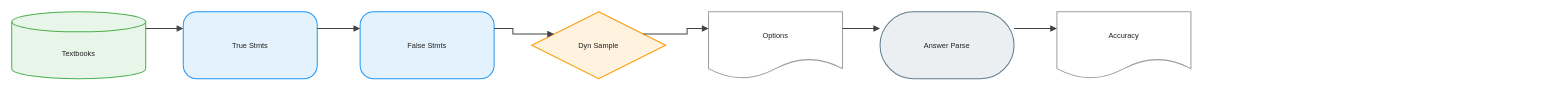
This is client/public/drawio/Encyclo-K/Encyclo-K.en.drawio from joe1chief/benchmark-hub, a draw.io file, before an edit. Source tidied: cells renumbered, new cells numbered last; positions are measured from the earlier drawing's top-left corner, leaving out a move shared by most shapes. Both pictures are drawn from the tidied source at 67%, with x=0, y=0 at pixel (11, 11).
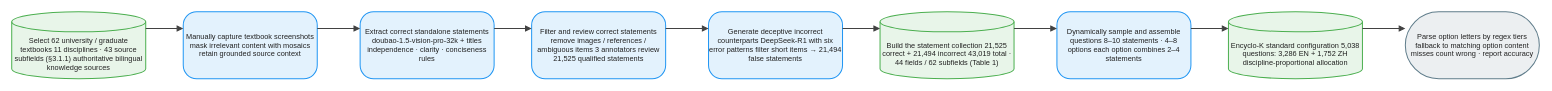
After the change.

Diff of the diagram source:
```diff
@@
 <mxGraphModel background="#FFFFFF">
   <root>
     <mxCell id="0" />
     <mxCell id="1" parent="0" />
-    <mxCell id="2" value="Textbooks" style="shape=cylinder3;boundedLbl=1;backgroundOutline=1;size=15;html=1;whiteSpace=wrap;fillColor=#E8F5E9;strokeColor=#4CAF50;strokeWidth=1.5;fontColor=#212121;fontSize=11;fontFamily=Arial, Helvetica, sans-serif;verticalAlign=middle;align=center;" parent="1" vertex="1">
+    <mxCell id="2" value="Select 62 university / graduate textbooks 11 disciplines · 43 source subfields (§3.1.1) authoritative bilingual knowledge sources" style="shape=cylinder3;boundedLbl=1;backgroundOutline=1;size=15;html=1;whiteSpace=wrap;fillColor=#E8F5E9;strokeColor=#4CAF50;strokeWidth=1.5;fontColor=#212121;fontSize=11;fontFamily=Arial, Helvetica, sans-serif;verticalAlign=middle;align=center;" parent="1" vertex="1">
       <mxGeometry width="200" height="100" as="geometry" />
     </mxCell>
-    <mxCell id="3" value="True Stmts" style="rounded=1;arcSize=20;html=1;whiteSpace=wrap;fillColor=#E3F2FD;strokeColor=#2196F3;strokeWidth=1.5;fontColor=#212121;fontSize=11;fontFamily=Arial, Helvetica, sans-serif;verticalAlign=middle;align=center;" parent="1" vertex="1">
+    <mxCell id="3" value="Manually capture textbook screenshots mask irrelevant content with mosaics retain grounded source context" style="rounded=1;arcSize=20;html=1;whiteSpace=wrap;fillColor=#E3F2FD;strokeColor=#2196F3;strokeWidth=1.5;fontColor=#212121;fontSize=11;fontFamily=Arial, Helvetica, sans-serif;verticalAlign=middle;align=center;" parent="1" vertex="1">
       <mxGeometry x="256" width="200" height="100" as="geometry" />
     </mxCell>
-    <mxCell id="4" value="False Stmts" style="rounded=1;arcSize=20;html=1;whiteSpace=wrap;fillColor=#E3F2FD;strokeColor=#2196F3;strokeWidth=1.5;fontColor=#212121;fontSize=11;fontFamily=Arial, Helvetica, sans-serif;verticalAlign=middle;align=center;" parent="1" vertex="1">
+    <mxCell id="4" value="Extract correct standalone statements doubao-1.5-vision-pro-32k + titles independence · clarity · conciseness rules" style="rounded=1;arcSize=20;html=1;whiteSpace=wrap;fillColor=#E3F2FD;strokeColor=#2196F3;strokeWidth=1.5;fontColor=#212121;fontSize=11;fontFamily=Arial, Helvetica, sans-serif;verticalAlign=middle;align=center;" parent="1" vertex="1">
       <mxGeometry x="520" width="200" height="100" as="geometry" />
     </mxCell>
-    <mxCell id="5" value="Dyn Sample" style="rhombus;html=1;whiteSpace=wrap;fillColor=#FFF3E0;strokeColor=#FF9800;strokeWidth=1.5;fontColor=#212121;fontSize=11;fontFamily=Arial, Helvetica, sans-serif;verticalAlign=middle;align=center;" parent="1" vertex="1">
+    <mxCell id="5" value="Filter and review correct statements remove images / references / ambiguous items 3 annotators review 21,525 qualified statements" style="rounded=1;arcSize=20;html=1;whiteSpace=wrap;fillColor=#E3F2FD;strokeColor=#2196F3;strokeWidth=1.5;fontColor=#212121;fontSize=11;fontFamily=Arial, Helvetica, sans-serif;verticalAlign=middle;align=center;" parent="1" vertex="1">
       <mxGeometry x="776" width="200" height="100" as="geometry" />
     </mxCell>
-    <mxCell id="6" value="Options" style="shape=document;boundedLbl=1;html=1;whiteSpace=wrap;fillColor=#FFFFFF;strokeColor=#9E9E9E;strokeWidth=1.5;fontColor=#212121;fontSize=11;fontFamily=Arial, Helvetica, sans-serif;verticalAlign=middle;align=center;" parent="1" vertex="1">
+    <mxCell id="6" value="Generate deceptive incorrect counterparts DeepSeek-R1 with six error patterns filter short items → 21,494 false statements" style="rounded=1;arcSize=20;html=1;whiteSpace=wrap;fillColor=#E3F2FD;strokeColor=#2196F3;strokeWidth=1.5;fontColor=#212121;fontSize=11;fontFamily=Arial, Helvetica, sans-serif;verticalAlign=middle;align=center;" parent="1" vertex="1">
       <mxGeometry x="1040" width="200" height="100" as="geometry" />
     </mxCell>
-    <mxCell id="7" value="Answer Parse" style="rounded=1;arcSize=50;html=1;whiteSpace=wrap;fillColor=#ECEFF1;strokeColor=#607D8B;strokeWidth=1.5;fontColor=#212121;fontSize=11;fontFamily=Arial, Helvetica, sans-serif;verticalAlign=middle;align=center;" parent="1" vertex="1">
+    <mxCell id="7" value="Build the statement collection 21,525 correct + 21,494 incorrect 43,019 total · 44 fields / 62 subfields (Table 1)" style="shape=cylinder3;boundedLbl=1;backgroundOutline=1;size=15;html=1;whiteSpace=wrap;fillColor=#E8F5E9;strokeColor=#4CAF50;strokeWidth=1.5;fontColor=#212121;fontSize=11;fontFamily=Arial, Helvetica, sans-serif;verticalAlign=middle;align=center;" parent="1" vertex="1">
       <mxGeometry x="1296" width="200" height="100" as="geometry" />
     </mxCell>
-    <mxCell id="8" value="Accuracy" style="shape=document;boundedLbl=1;html=1;whiteSpace=wrap;fillColor=#FFFFFF;strokeColor=#9E9E9E;strokeWidth=1.5;fontColor=#212121;fontSize=11;fontFamily=Arial, Helvetica, sans-serif;verticalAlign=middle;align=center;" parent="1" vertex="1">
+    <mxCell id="8" value="Dynamically sample and assemble questions 8–10 statements · 4–8 options each option combines 2–4 statements" style="rounded=1;arcSize=20;html=1;whiteSpace=wrap;fillColor=#E3F2FD;strokeColor=#2196F3;strokeWidth=1.5;fontColor=#212121;fontSize=11;fontFamily=Arial, Helvetica, sans-serif;verticalAlign=middle;align=center;" parent="1" vertex="1">
       <mxGeometry x="1560" width="200" height="100" as="geometry" />
     </mxCell>
-    <mxCell id="9" style="edgeStyle=orthogonalEdgeStyle;rounded=0;jettySize=auto;html=1;strokeColor=#424242;strokeWidth=1.5;endArrow=block;endFill=1;exitX=1;exitY=0.25;exitDx=0;exitDy=0;entryX=0;entryY=0.25;entryDx=0;entryDy=0;jumpStyle=arc;jumpSize=8;" parent="1" edge="1" source="2" target="3">
-      <mxGeometry relative="1" as="geometry" />
+    <mxCell id="9" value="Encyclo-K standard configuration 5,038 questions: 3,286 EN + 1,752 ZH discipline-proportional allocation" style="shape=cylinder3;boundedLbl=1;backgroundOutline=1;size=15;html=1;whiteSpace=wrap;fillColor=#E8F5E9;strokeColor=#4CAF50;strokeWidth=1.5;fontColor=#212121;fontSize=11;fontFamily=Arial, Helvetica, sans-serif;verticalAlign=middle;align=center;" parent="1" vertex="1">
+      <mxGeometry x="1816" width="200" height="100" as="geometry" />
     </mxCell>
-    <mxCell id="10" style="edgeStyle=orthogonalEdgeStyle;rounded=0;jettySize=auto;html=1;strokeColor=#424242;strokeWidth=1.5;endArrow=block;endFill=1;exitX=1;exitY=0.25;exitDx=0;exitDy=0;entryX=0;entryY=0.25;entryDx=0;entryDy=0;jumpStyle=arc;jumpSize=8;" parent="1" edge="1" source="3" target="4">
-      <mxGeometry relative="1" as="geometry" />
+    <mxCell id="10" value="Parse option letters by regex tiers fallback to matching option content misses count wrong · report accuracy" style="rounded=1;arcSize=50;html=1;whiteSpace=wrap;fillColor=#ECEFF1;strokeColor=#607D8B;strokeWidth=1.5;fontColor=#212121;fontSize=11;fontFamily=Arial, Helvetica, sans-serif;verticalAlign=middle;align=center;" parent="1" vertex="1">
+      <mxGeometry x="2080" width="200" height="100" as="geometry" />
     </mxCell>
-    <mxCell id="11" style="edgeStyle=orthogonalEdgeStyle;rounded=0;jettySize=auto;html=1;strokeColor=#424242;strokeWidth=1.5;endArrow=block;endFill=1;exitX=1;exitY=0.25;exitDx=0;exitDy=0;entryX=0;entryY=0.25;entryDx=0;entryDy=0;jumpStyle=arc;jumpSize=8;" parent="1" edge="1" source="4" target="5">
+    <mxCell id="11" style="edgeStyle=orthogonalEdgeStyle;rounded=0;jettySize=auto;html=1;strokeColor=#424242;strokeWidth=1.5;endArrow=block;endFill=1;exitX=1;exitY=0.25;exitDx=0;exitDy=0;entryX=0;entryY=0.25;entryDx=0;entryDy=0;jumpStyle=arc;jumpSize=8;" parent="1" edge="1" source="2" target="3">
       <mxGeometry relative="1" as="geometry" />
     </mxCell>
-    <mxCell id="12" style="edgeStyle=orthogonalEdgeStyle;rounded=0;jettySize=auto;html=1;strokeColor=#424242;strokeWidth=1.5;endArrow=block;endFill=1;exitX=1;exitY=0.25;exitDx=0;exitDy=0;entryX=0;entryY=0.25;entryDx=0;entryDy=0;jumpStyle=arc;jumpSize=8;" parent="1" edge="1" source="5" target="6">
+    <mxCell id="12" style="edgeStyle=orthogonalEdgeStyle;rounded=0;jettySize=auto;html=1;strokeColor=#424242;strokeWidth=1.5;endArrow=block;endFill=1;exitX=1;exitY=0.25;exitDx=0;exitDy=0;entryX=0;entryY=0.25;entryDx=0;entryDy=0;jumpStyle=arc;jumpSize=8;" parent="1" edge="1" source="3" target="4">
       <mxGeometry relative="1" as="geometry" />
     </mxCell>
-    <mxCell id="13" style="edgeStyle=orthogonalEdgeStyle;rounded=0;jettySize=auto;html=1;strokeColor=#424242;strokeWidth=1.5;endArrow=block;endFill=1;exitX=1;exitY=0.25;exitDx=0;exitDy=0;entryX=0;entryY=0.25;entryDx=0;entryDy=0;jumpStyle=arc;jumpSize=8;" parent="1" edge="1" source="6" target="7">
+    <mxCell id="13" style="edgeStyle=orthogonalEdgeStyle;rounded=0;jettySize=auto;html=1;strokeColor=#424242;strokeWidth=1.5;endArrow=block;endFill=1;exitX=1;exitY=0.25;exitDx=0;exitDy=0;entryX=0;entryY=0.25;entryDx=0;entryDy=0;jumpStyle=arc;jumpSize=8;" parent="1" edge="1" source="4" target="5">
       <mxGeometry relative="1" as="geometry" />
     </mxCell>
-    <mxCell id="14" style="edgeStyle=orthogonalEdgeStyle;rounded=0;jettySize=auto;html=1;strokeColor=#424242;strokeWidth=1.5;endArrow=block;endFill=1;exitX=1;exitY=0.25;exitDx=0;exitDy=0;entryX=0;entryY=0.25;entryDx=0;entryDy=0;jumpStyle=arc;jumpSize=8;" parent="1" edge="1" source="7" target="8">
+    <mxCell id="14" style="edgeStyle=orthogonalEdgeStyle;rounded=0;jettySize=auto;html=1;strokeColor=#424242;strokeWidth=1.5;endArrow=block;endFill=1;exitX=1;exitY=0.25;exitDx=0;exitDy=0;entryX=0;entryY=0.25;entryDx=0;entryDy=0;jumpStyle=arc;jumpSize=8;" parent="1" edge="1" source="5" target="6">
       <mxGeometry relative="1" as="geometry" />
     </mxCell>
+    <mxCell id="15" style="edgeStyle=orthogonalEdgeStyle;rounded=0;jettySize=auto;html=1;strokeColor=#424242;strokeWidth=1.5;endArrow=block;endFill=1;exitX=1;exitY=0.25;exitDx=0;exitDy=0;entryX=0;entryY=0.25;entryDx=0;entryDy=0;jumpStyle=arc;jumpSize=8;" parent="1" edge="1" source="6" target="7">
+      <mxGeometry relative="1" as="geometry" />
+    </mxCell>
+    <mxCell id="16" style="edgeStyle=orthogonalEdgeStyle;rounded=0;jettySize=auto;html=1;strokeColor=#424242;strokeWidth=1.5;endArrow=block;endFill=1;exitX=1;exitY=0.25;exitDx=0;exitDy=0;entryX=0;entryY=0.25;entryDx=0;entryDy=0;jumpStyle=arc;jumpSize=8;" parent="1" edge="1" source="7" target="8">
+      <mxGeometry relative="1" as="geometry" />
+    </mxCell>
+    <mxCell id="17" style="edgeStyle=orthogonalEdgeStyle;rounded=0;jettySize=auto;html=1;strokeColor=#424242;strokeWidth=1.5;endArrow=block;endFill=1;exitX=1;exitY=0.25;exitDx=0;exitDy=0;entryX=0;entryY=0.25;entryDx=0;entryDy=0;jumpStyle=arc;jumpSize=8;" parent="1" edge="1" source="8" target="9">
+      <mxGeometry relative="1" as="geometry" />
+    </mxCell>
+    <mxCell id="18" style="edgeStyle=orthogonalEdgeStyle;rounded=0;jettySize=auto;html=1;strokeColor=#424242;strokeWidth=1.5;endArrow=block;endFill=1;exitX=1;exitY=0.25;exitDx=0;exitDy=0;entryX=0;entryY=0.25;entryDx=0;entryDy=0;jumpStyle=arc;jumpSize=8;" parent="1" edge="1" source="9" target="10">
+      <mxGeometry relative="1" as="geometry" />
+    </mxCell>
   </root>
 </mxGraphModel>
```
